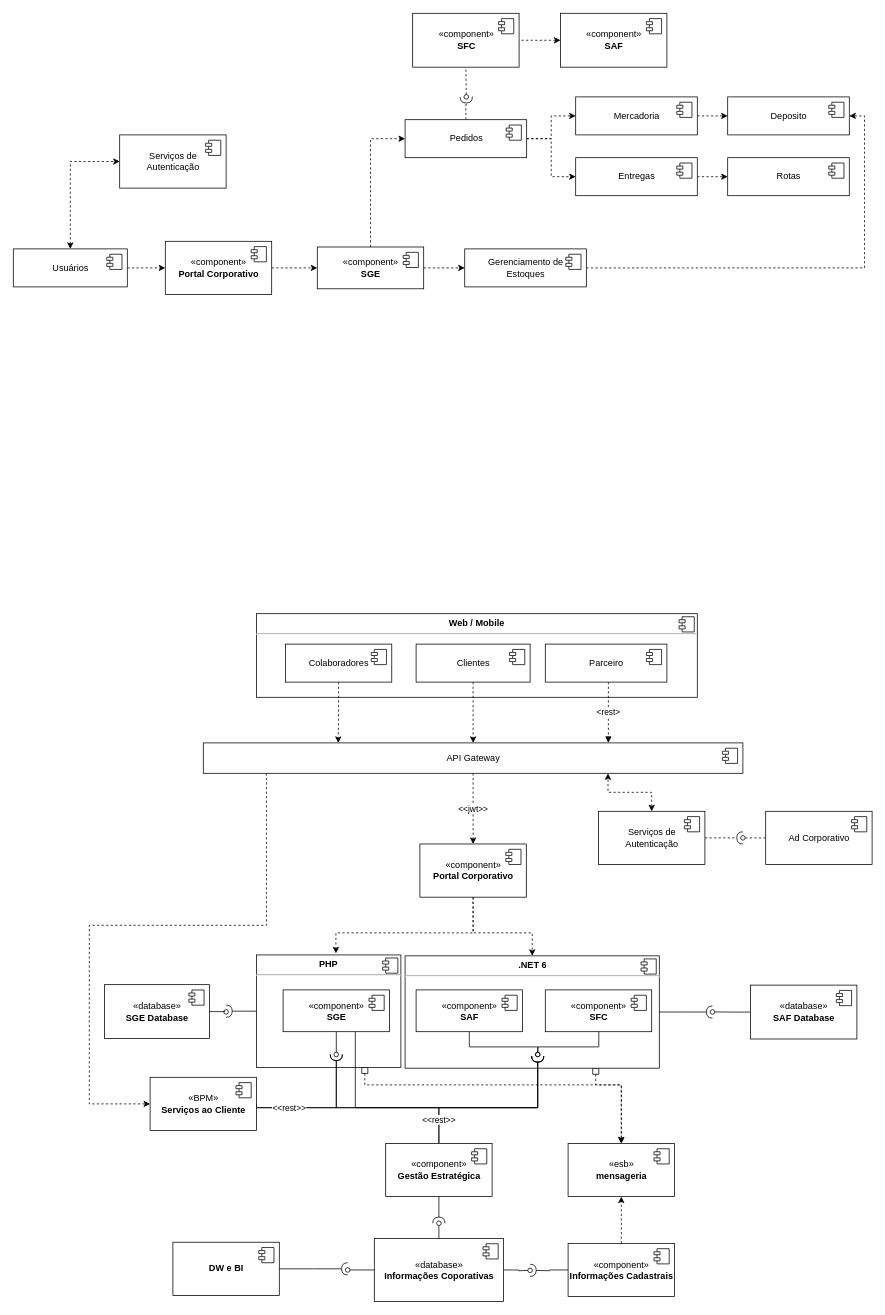
Before: page "Diagrama de Componentes" (4 of 6) of desenho-solucao/DesenhoSolucao.drawio in felipepozzi/puc-minas-arquitetura, a draw.io diagram. Source tidied: cells renumbered, new cells numbered last; positions are measured from the earlier drawing's top-left corner, leaving out a move shared by most shapes. Both pictures are drawn from the tidied source at 76%, with x=0, y=0 at pixel (13, 13).
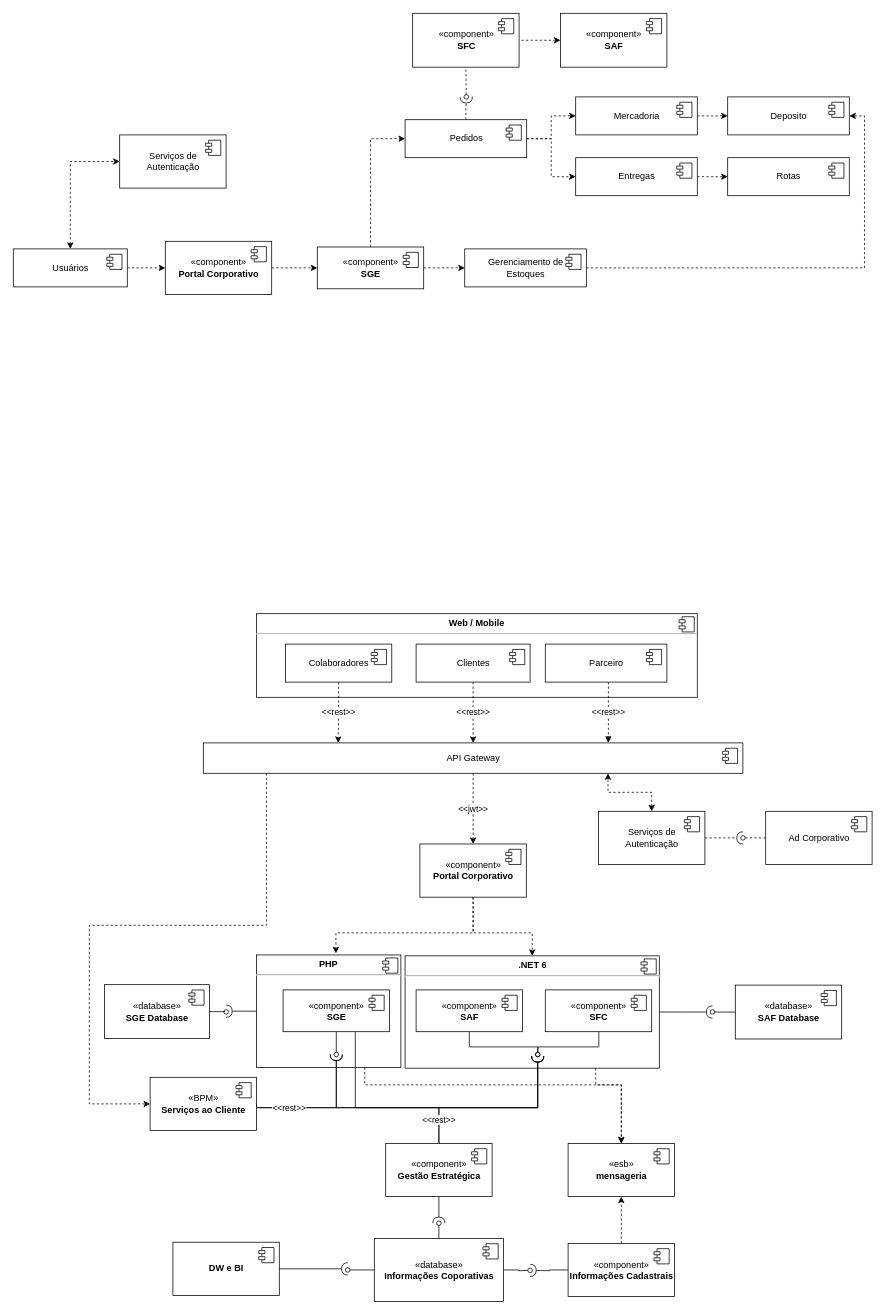
After the change.

Unchanged cells that the change refers to:
```xml
<mxCell id="5" value="&lt;p style=&quot;margin: 0px ; margin-top: 6px ; text-align: center&quot;&gt;&lt;b&gt;PHP&lt;/b&gt;&lt;/p&gt;&lt;hr&gt;&lt;p style=&quot;margin: 0px ; margin-left: 8px&quot;&gt;&lt;br&gt;&lt;/p&gt;" style="align=left;overflow=fill;html=1;fontColor=#000000;" parent="1" vertex="1">
  <mxGeometry x="320" y="1239" width="190" height="148" as="geometry" />
</mxCell>
<mxCell id="8" value="&lt;p style=&quot;margin: 0px ; margin-top: 6px ; text-align: center&quot;&gt;&lt;b&gt;.NET 6&lt;/b&gt;&lt;/p&gt;&lt;hr&gt;&lt;p style=&quot;margin: 0px ; margin-left: 8px&quot;&gt;&lt;br&gt;&lt;/p&gt;" style="align=left;overflow=fill;html=1;fontColor=#000000;" parent="1" vertex="1">
  <mxGeometry x="515.5" y="1240.2" width="334.5" height="147.8" as="geometry" />
</mxCell>
<mxCell id="14" value="API Gateway" style="html=1;fontColor=#000000;" parent="1" vertex="1">
  <mxGeometry x="250" y="960" width="710" height="40" as="geometry" />
</mxCell>
<mxCell id="31" value="Colaboradores" style="html=1;fontColor=#000000;" parent="1" vertex="1">
  <mxGeometry x="358" y="830" width="140" height="50" as="geometry" />
</mxCell>
<mxCell id="34" value="Clientes" style="html=1;fontColor=#000000;" parent="1" vertex="1">
  <mxGeometry x="530" y="830" width="150" height="50" as="geometry" />
</mxCell>
<mxCell id="37" value="Parceiro" style="html=1;fontColor=#000000;" parent="1" vertex="1">
  <mxGeometry x="700" y="830" width="160" height="50" as="geometry" />
</mxCell>
<mxCell id="112" value="«esb»&lt;br&gt;&lt;b&gt;mensageria&lt;/b&gt;" style="html=1;fontColor=#000000;" parent="1" vertex="1">
  <mxGeometry x="730" y="1487" width="140" height="70" as="geometry" />
</mxCell>
```

The edit, as a diff of the source:
```diff
@@
-    <mxCell id="4" style="edgeStyle=orthogonalEdgeStyle;rounded=0;jettySize=auto;html=1;entryX=0.5;entryY=0;entryDx=0;entryDy=0;dashed=1;fontColor=#000000;startArrow=box;startFill=0;endArrow=classic;endFill=1;strokeColor=#000000;exitX=0.75;exitY=1;exitDx=0;exitDy=0;" parent="1" edge="1" source="5" target="112">
+    <mxCell id="4" style="edgeStyle=orthogonalEdgeStyle;rounded=0;jettySize=auto;html=1;entryX=0.5;entryY=0;entryDx=0;entryDy=0;dashed=1;fontColor=#000000;startArrow=none;startFill=0;endArrow=classic;endFill=1;strokeColor=#000000;exitX=0.75;exitY=1;exitDx=0;exitDy=0;" parent="1" edge="1" source="5" target="112">
       <mxGeometry relative="1" as="geometry">
         <Array as="points">
           <mxPoint x="463" y="1410" />
           <mxPoint x="800" y="1410" />
         </Array>
       </mxGeometry>
     </mxCell>
@@
-    <mxCell id="7" style="edgeStyle=orthogonalEdgeStyle;rounded=0;jettySize=auto;html=1;entryX=0.5;entryY=0;entryDx=0;entryDy=0;dashed=1;fontColor=#000000;startArrow=box;startFill=0;endArrow=classic;endFill=1;strokeColor=#000000;exitX=0.75;exitY=1;exitDx=0;exitDy=0;" parent="1" edge="1" source="8" target="112">
+    <mxCell id="7" style="edgeStyle=orthogonalEdgeStyle;rounded=0;jettySize=auto;html=1;entryX=0.5;entryY=0;entryDx=0;entryDy=0;dashed=1;fontColor=#000000;startArrow=none;startFill=0;endArrow=classic;endFill=1;strokeColor=#000000;exitX=0.75;exitY=1;exitDx=0;exitDy=0;" parent="1" edge="1" source="8" target="112">
       <mxGeometry relative="1" as="geometry">
         <Array as="points">
           <mxPoint x="766" y="1410" />
           <mxPoint x="800" y="1410" />
         </Array>
       </mxGeometry>
     </mxCell>
@@
-    <mxCell id="30" style="edgeStyle=orthogonalEdgeStyle;rounded=0;jettySize=auto;html=1;entryX=0.25;entryY=0;entryDx=0;entryDy=0;dashed=1;fontColor=#000000;startArrow=none;startFill=0;endArrow=classic;endFill=1;strokeColor=#000000;" parent="1" edge="1" source="31" target="14">
+    <mxCell id="30" value="&amp;lt;&amp;lt;rest&amp;gt;&amp;gt;" style="edgeStyle=orthogonalEdgeStyle;rounded=0;jettySize=auto;html=1;entryX=0.25;entryY=0;entryDx=0;entryDy=0;dashed=1;fontColor=#000000;startArrow=none;startFill=0;endArrow=classic;endFill=1;strokeColor=#000000;" parent="1" edge="1" source="31" target="14">
       <mxGeometry relative="1" as="geometry" />
     </mxCell>
@@
-    <mxCell id="33" style="edgeStyle=orthogonalEdgeStyle;rounded=0;jettySize=auto;html=1;dashed=1;fontColor=#000000;startArrow=none;startFill=0;endArrow=classic;endFill=1;strokeColor=#000000;" parent="1" edge="1" source="34" target="14">
+    <mxCell id="33" value="&amp;lt;&amp;lt;rest&amp;gt;&amp;gt;" style="edgeStyle=orthogonalEdgeStyle;rounded=0;jettySize=auto;html=1;dashed=1;fontColor=#000000;startArrow=none;startFill=0;endArrow=classic;endFill=1;strokeColor=#000000;" parent="1" edge="1" source="34" target="14">
       <mxGeometry relative="1" as="geometry" />
     </mxCell>
@@
-    <mxCell id="36" value="&amp;lt;rest&amp;gt;" style="edgeStyle=elbowEdgeStyle;rounded=0;jettySize=auto;html=1;fontColor=#000000;startArrow=none;startFill=0;endArrow=block;endFill=1;strokeColor=#000000;dashed=1;entryX=0.75;entryY=0;entryDx=0;entryDy=0;" parent="1" edge="1" source="37" target="14">
+    <mxCell id="36" value="&amp;lt;&amp;lt;rest&amp;gt;&amp;gt;" style="edgeStyle=elbowEdgeStyle;rounded=0;jettySize=auto;html=1;fontColor=#000000;startArrow=none;startFill=0;endArrow=block;endFill=1;strokeColor=#000000;dashed=1;entryX=0.75;entryY=0;entryDx=0;entryDy=0;" parent="1" edge="1" source="37" target="14">
       <mxGeometry relative="1" as="geometry" />
     </mxCell>
@@
     <mxCell id="65" value="«database»&lt;br&gt;&lt;b&gt;SAF Database&lt;/b&gt;" style="html=1;fontColor=#000000;" parent="1" vertex="1">
-      <mxGeometry x="970" y="1278.7" width="140" height="70.9" as="geometry" />
+      <mxGeometry x="950" y="1278.7" width="140" height="70.9" as="geometry" />
     </mxCell>
```
